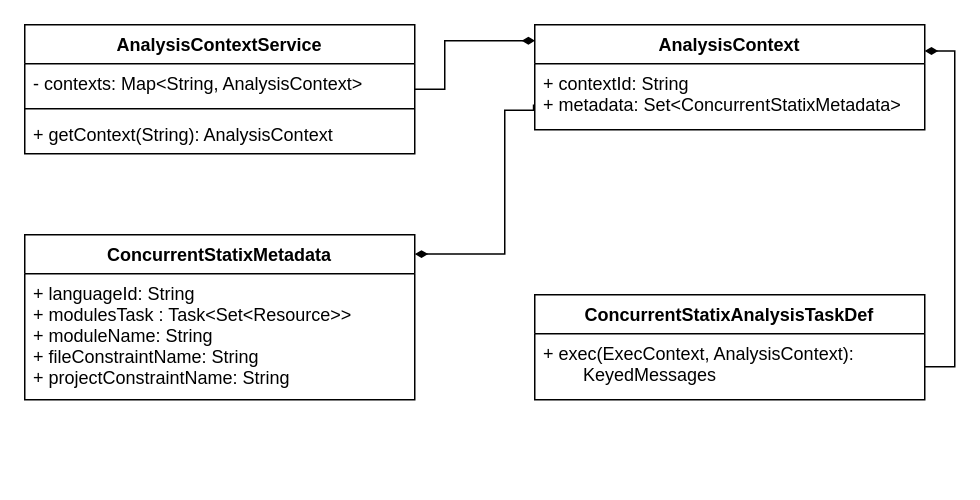
Earlier version of the draw.io diagram page "AnalysisContext" (7 of 7) of Spoofax3 Diagrams.drawio (AZWN/Spoofax-pie-diagrams). Source tidied: cells renumbered, new cells numbered last; positions are measured from the earlier drawing's top-left corner, leaving out a move shared by most shapes. Both pictures are drawn from the tidied source at 150%, with x=0, y=0 at pixel (24, 24).
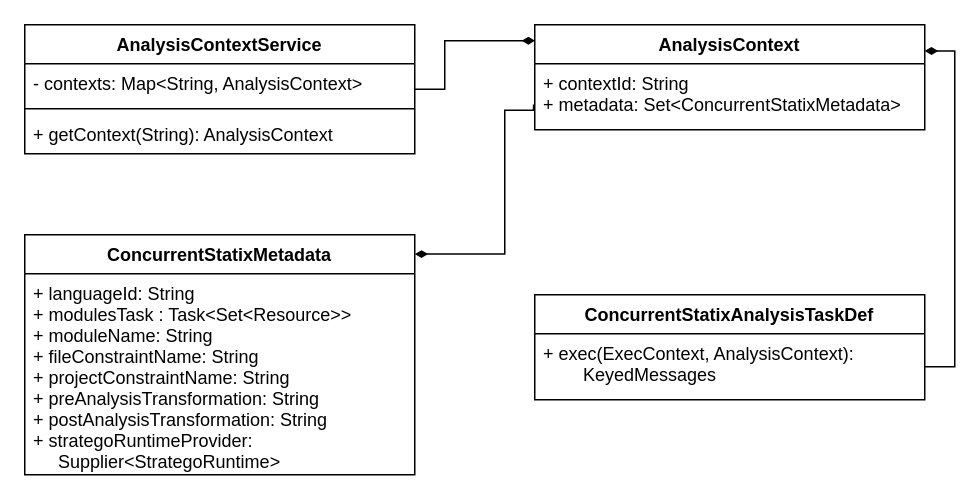
The same page after the edit.

Commit message:
Add transformation fields

What changed in the source:
```diff
@@
 <mxGraphModel>
   <root>
     <mxCell id="0" />
     <mxCell id="1" parent="0" />
     <mxCell id="2" style="rounded=0;orthogonalLoop=1;jettySize=auto;html=1;entryX=1;entryY=0.145;entryDx=0;entryDy=0;endArrow=diamondThin;endFill=1;entryPerimeter=0;edgeStyle=orthogonalEdgeStyle;exitX=-0.003;exitY=0.686;exitDx=0;exitDy=0;exitPerimeter=0;" parent="1" edge="1">
       <mxGeometry relative="1" as="geometry">
         <mxPoint x="339.2" y="53.2" as="sourcePoint" />
         <mxPoint x="260" y="152.9" as="targetPoint" />
         <Array as="points">
           <mxPoint x="339" y="57" />
           <mxPoint x="320" y="57" />
           <mxPoint x="320" y="153" />
         </Array>
       </mxGeometry>
     </mxCell>
     <mxCell id="3" style="rounded=0;jettySize=auto;html=1;exitX=1;exitY=0.5;exitDx=0;exitDy=0;endArrow=diamondThin;endFill=1;entryX=0.001;entryY=0.152;entryDx=0;entryDy=0;entryPerimeter=0;edgeStyle=orthogonalEdgeStyle;" parent="1" edge="1" source="4" target="10">
       <mxGeometry relative="1" as="geometry">
         <Array as="points">
           <mxPoint x="280" y="43" />
           <mxPoint x="280" y="11" />
         </Array>
       </mxGeometry>
     </mxCell>
     <mxCell id="4" value="AnalysisContextService" style="swimlane;fontStyle=1;align=center;verticalAlign=top;horizontal=1;startSize=26;" parent="1" vertex="1">
       <mxGeometry width="260" height="86" as="geometry" />
     </mxCell>
     <mxCell id="5" value="- contexts: Map&lt;String, AnalysisContext&gt;" style="text;strokeColor=none;fillColor=none;align=left;verticalAlign=top;spacingLeft=4;spacingRight=4;overflow=hidden;" parent="4" vertex="1">
       <mxGeometry y="26" width="260" height="26" as="geometry" />
     </mxCell>
     <mxCell id="6" style="line;strokeWidth=1;fillColor=none;align=left;verticalAlign=middle;spacingTop=-1;spacingLeft=3;spacingRight=3;labelPosition=right;" parent="4" vertex="1">
       <mxGeometry y="52" width="260" height="8" as="geometry" />
     </mxCell>
     <mxCell id="7" value="+ getContext(String): AnalysisContext" style="text;strokeColor=none;fillColor=none;align=left;verticalAlign=top;spacingLeft=4;spacingRight=4;overflow=hidden;" parent="4" vertex="1">
       <mxGeometry y="60" width="260" height="26" as="geometry" />
     </mxCell>
     <mxCell id="8" value="ConcurrentStatixMetadata" style="swimlane;fontStyle=1;horizontal=1;startSize=26;fillColor=none;" parent="1" vertex="1">
-      <mxGeometry y="140" width="260" height="110" as="geometry" />
+      <mxGeometry y="140" width="260" height="160" as="geometry" />
     </mxCell>
-    <mxCell id="9" value="+ languageId: String&#10;+ modulesTask : Task&lt;Set&lt;Resource&gt;&gt;&#10;+ moduleName: String&#10;+ fileConstraintName: String&#10;+ projectConstraintName: String" style="text;strokeColor=none;fillColor=none;align=left;verticalAlign=top;spacingLeft=4;spacingRight=4;overflow=hidden;" parent="8" vertex="1">
-      <mxGeometry y="26" width="260" height="84" as="geometry" />
+    <mxCell id="9" value="+ languageId: String&#10;+ modulesTask : Task&lt;Set&lt;Resource&gt;&gt;&#10;+ moduleName: String&#10;+ fileConstraintName: String&#10;+ projectConstraintName: String&#10;+ preAnalysisTransformation: String&#10;+ postAnalysisTransformation: String&#10;+ strategoRuntimeProvider:&#10;     Supplier&lt;StrategoRuntime&gt; &#10;" style="text;strokeColor=none;fillColor=none;align=left;verticalAlign=top;spacingLeft=4;spacingRight=4;overflow=hidden;" parent="8" vertex="1">
+      <mxGeometry y="26" width="260" height="134" as="geometry" />
     </mxCell>
     <mxCell id="10" value="AnalysisContext" style="swimlane;fontStyle=1;align=center;verticalAlign=top;horizontal=1;startSize=26;" parent="1" vertex="1">
       <mxGeometry x="340" width="260" height="70" as="geometry" />
     </mxCell>
     <mxCell id="11" value="+ contextId: String&#10;+ metadata: Set&lt;ConcurrentStatixMetadata&gt;" style="text;strokeColor=none;fillColor=none;align=left;verticalAlign=top;spacingLeft=4;spacingRight=4;overflow=hidden;" parent="10" vertex="1">
       <mxGeometry y="26" width="260" height="44" as="geometry" />
     </mxCell>
     <mxCell id="12" value="ConcurrentStatixAnalysisTaskDef" style="swimlane;fontStyle=1;horizontal=1;startSize=26;fillColor=none;" parent="1" vertex="1">
       <mxGeometry x="340" y="180" width="260" height="70" as="geometry" />
     </mxCell>
     <mxCell id="13" value="+ exec(ExecContext, AnalysisContext):&#10;        KeyedMessages" style="text;strokeColor=none;fillColor=none;align=left;verticalAlign=top;spacingLeft=4;spacingRight=4;overflow=hidden;points=[[0,0.5],[1,0.5]];portConstraint=eastwest;" parent="12" vertex="1">
       <mxGeometry y="26" width="260" height="44" as="geometry" />
     </mxCell>
     <mxCell id="14" style="edgeStyle=orthogonalEdgeStyle;rounded=0;jettySize=auto;html=1;exitX=1;exitY=0.5;exitDx=0;exitDy=0;entryX=1;entryY=0.25;entryDx=0;entryDy=0;endArrow=diamondThin;endFill=1;" parent="1" edge="1" source="13" target="10">
       <mxGeometry relative="1" as="geometry" />
     </mxCell>
   </root>
 </mxGraphModel>
```
